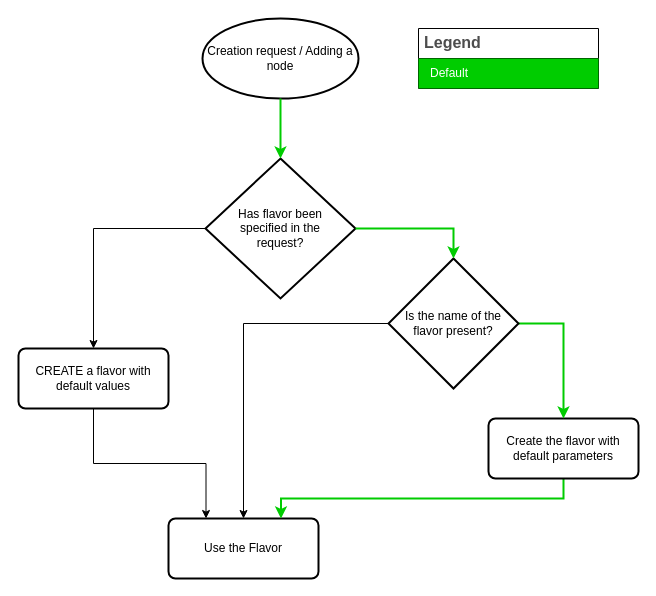
The draw.io diagram page "Flavor Management" (9 of 13) of docs/diagrams/NVFCL-diagrams.drawio in s2n-cnit/nfvcl-ng, before the edit. Source tidied: cells renumbered, new cells numbered last; positions are measured from the earlier drawing's top-left corner, leaving out a move shared by most shapes. Both pictures are drawn from the tidied source at 100%, with x=0, y=0 at pixel (18, 18).
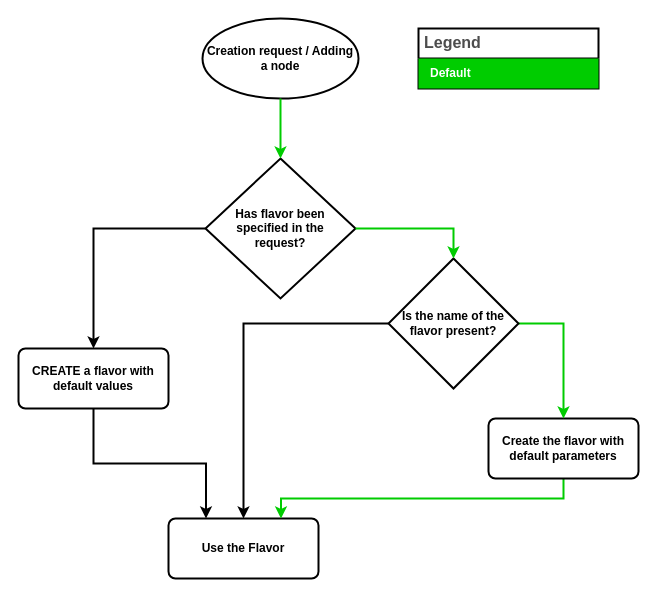
The same diagram, later.

Diff of the diagram source:
```diff
@@
 <mxGraphModel>
   <root>
     <mxCell id="0" />
     <mxCell id="1" parent="0" />
-    <mxCell id="2" style="edgeStyle=orthogonalEdgeStyle;rounded=0;jettySize=auto;html=1;exitX=0.5;exitY=1;exitDx=0;exitDy=0;entryX=0.25;entryY=0;entryDx=0;entryDy=0;" parent="1" edge="1" source="3" target="8">
+    <mxCell id="2" style="edgeStyle=orthogonalEdgeStyle;rounded=0;jettySize=auto;html=1;exitX=0.5;exitY=1;exitDx=0;exitDy=0;entryX=0.25;entryY=0;entryDx=0;entryDy=0;fontStyle=1;strokeWidth=2;" parent="1" edge="1" source="3" target="8">
       <mxGeometry relative="1" as="geometry" />
     </mxCell>
-    <mxCell id="3" value="CREATE a flavor with default values" style="rounded=1;whiteSpace=wrap;html=1;absoluteArcSize=1;arcSize=14;strokeWidth=2;" parent="1" vertex="1">
+    <mxCell id="3" value="CREATE a flavor with default values" style="rounded=1;whiteSpace=wrap;html=1;absoluteArcSize=1;arcSize=14;strokeWidth=2;fontStyle=1;" parent="1" vertex="1">
       <mxGeometry y="330" width="150" height="60" as="geometry" />
     </mxCell>
-    <mxCell id="4" value="Creation request / Adding a node" style="strokeWidth=2;html=1;shape=mxgraph.flowchart.start_1;whiteSpace=wrap;" parent="1" vertex="1">
+    <mxCell id="4" value="Creation request / Adding a node" style="strokeWidth=2;html=1;shape=mxgraph.flowchart.start_1;whiteSpace=wrap;fontStyle=1;" parent="1" vertex="1">
       <mxGeometry x="184" width="156" height="80" as="geometry" />
     </mxCell>
-    <mxCell id="5" style="edgeStyle=orthogonalEdgeStyle;rounded=0;jettySize=auto;html=1;exitX=0;exitY=0.5;exitDx=0;exitDy=0;exitPerimeter=0;entryX=0.5;entryY=0;entryDx=0;entryDy=0;" parent="1" edge="1" source="6" target="3">
+    <mxCell id="5" style="edgeStyle=orthogonalEdgeStyle;rounded=0;jettySize=auto;html=1;exitX=0;exitY=0.5;exitDx=0;exitDy=0;exitPerimeter=0;entryX=0.5;entryY=0;entryDx=0;entryDy=0;fontStyle=1;strokeWidth=2;" parent="1" edge="1" source="6" target="3">
       <mxGeometry relative="1" as="geometry" />
     </mxCell>
-    <mxCell id="6" value="Has flavor been&lt;div&gt;&amp;nbsp;specified in the&amp;nbsp;&lt;/div&gt;&lt;div&gt;request?&lt;/div&gt;" style="strokeWidth=2;html=1;shape=mxgraph.flowchart.decision;whiteSpace=wrap;" parent="1" vertex="1">
+    <mxCell id="6" value="Has flavor been&lt;div&gt;&amp;nbsp;specified in the&amp;nbsp;&lt;/div&gt;&lt;div&gt;request?&lt;/div&gt;" style="strokeWidth=2;html=1;shape=mxgraph.flowchart.decision;whiteSpace=wrap;fontStyle=1;" parent="1" vertex="1">
       <mxGeometry x="187" y="140" width="150" height="140" as="geometry" />
     </mxCell>
-    <mxCell id="7" style="edgeStyle=orthogonalEdgeStyle;rounded=0;jettySize=auto;html=1;exitX=0.5;exitY=1;exitDx=0;exitDy=0;exitPerimeter=0;entryX=0.5;entryY=0;entryDx=0;entryDy=0;entryPerimeter=0;strokeColor=#00CC00;strokeWidth=2;" parent="1" edge="1" source="4" target="6">
+    <mxCell id="7" style="edgeStyle=orthogonalEdgeStyle;rounded=0;jettySize=auto;html=1;exitX=0.5;exitY=1;exitDx=0;exitDy=0;exitPerimeter=0;entryX=0.5;entryY=0;entryDx=0;entryDy=0;entryPerimeter=0;strokeColor=#00CC00;strokeWidth=2;fontStyle=1;" parent="1" edge="1" source="4" target="6">
       <mxGeometry relative="1" as="geometry" />
     </mxCell>
-    <mxCell id="8" value="Use the Flavor" style="rounded=1;whiteSpace=wrap;html=1;absoluteArcSize=1;arcSize=14;strokeWidth=2;" parent="1" vertex="1">
+    <mxCell id="8" value="Use the Flavor" style="rounded=1;whiteSpace=wrap;html=1;absoluteArcSize=1;arcSize=14;strokeWidth=2;fontStyle=1;" parent="1" vertex="1">
       <mxGeometry x="150" y="500" width="150" height="60" as="geometry" />
     </mxCell>
-    <mxCell id="9" style="edgeStyle=orthogonalEdgeStyle;rounded=0;jettySize=auto;html=1;exitX=0.5;exitY=1;exitDx=0;exitDy=0;entryX=0.75;entryY=0;entryDx=0;entryDy=0;strokeColor=#00CC00;strokeWidth=2;" parent="1" edge="1" source="10" target="8">
+    <mxCell id="9" style="edgeStyle=orthogonalEdgeStyle;rounded=0;jettySize=auto;html=1;exitX=0.5;exitY=1;exitDx=0;exitDy=0;entryX=0.75;entryY=0;entryDx=0;entryDy=0;strokeColor=#00CC00;strokeWidth=2;fontStyle=1;" parent="1" edge="1" source="10" target="8">
       <mxGeometry relative="1" as="geometry" />
     </mxCell>
-    <mxCell id="10" value="Create the flavor with default parameters" style="rounded=1;whiteSpace=wrap;html=1;absoluteArcSize=1;arcSize=14;strokeWidth=2;" parent="1" vertex="1">
+    <mxCell id="10" value="Create the flavor with default parameters" style="rounded=1;whiteSpace=wrap;html=1;absoluteArcSize=1;arcSize=14;strokeWidth=2;fontStyle=1;" parent="1" vertex="1">
       <mxGeometry x="470" y="400" width="150" height="60" as="geometry" />
     </mxCell>
-    <mxCell id="11" style="edgeStyle=orthogonalEdgeStyle;rounded=0;jettySize=auto;html=1;exitX=0;exitY=0.5;exitDx=0;exitDy=0;exitPerimeter=0;entryX=0.5;entryY=0;entryDx=0;entryDy=0;" parent="1" edge="1" source="13" target="8">
+    <mxCell id="11" style="edgeStyle=orthogonalEdgeStyle;rounded=0;jettySize=auto;html=1;exitX=0;exitY=0.5;exitDx=0;exitDy=0;exitPerimeter=0;entryX=0.5;entryY=0;entryDx=0;entryDy=0;fontStyle=1;strokeWidth=2;" parent="1" edge="1" source="13" target="8">
       <mxGeometry relative="1" as="geometry" />
     </mxCell>
-    <mxCell id="12" style="edgeStyle=orthogonalEdgeStyle;rounded=0;jettySize=auto;html=1;exitX=1;exitY=0.5;exitDx=0;exitDy=0;exitPerimeter=0;entryX=0.5;entryY=0;entryDx=0;entryDy=0;strokeColor=#00CC00;strokeWidth=2;" parent="1" edge="1" source="13" target="10">
+    <mxCell id="12" style="edgeStyle=orthogonalEdgeStyle;rounded=0;jettySize=auto;html=1;exitX=1;exitY=0.5;exitDx=0;exitDy=0;exitPerimeter=0;entryX=0.5;entryY=0;entryDx=0;entryDy=0;strokeColor=#00CC00;strokeWidth=2;fontStyle=1;" parent="1" edge="1" source="13" target="10">
       <mxGeometry relative="1" as="geometry" />
     </mxCell>
-    <mxCell id="13" value="Is the name of the flavor present?" style="strokeWidth=2;html=1;shape=mxgraph.flowchart.decision;whiteSpace=wrap;" parent="1" vertex="1">
+    <mxCell id="13" value="Is the name of the flavor present?" style="strokeWidth=2;html=1;shape=mxgraph.flowchart.decision;whiteSpace=wrap;fontStyle=1;" parent="1" vertex="1">
       <mxGeometry x="370" y="240" width="130" height="130" as="geometry" />
     </mxCell>
-    <mxCell id="14" style="edgeStyle=orthogonalEdgeStyle;rounded=0;jettySize=auto;html=1;exitX=1;exitY=0.5;exitDx=0;exitDy=0;exitPerimeter=0;entryX=0.5;entryY=0;entryDx=0;entryDy=0;entryPerimeter=0;strokeColor=#00CC00;strokeWidth=2;" parent="1" edge="1" source="6" target="13">
+    <mxCell id="14" style="edgeStyle=orthogonalEdgeStyle;rounded=0;jettySize=auto;html=1;exitX=1;exitY=0.5;exitDx=0;exitDy=0;exitPerimeter=0;entryX=0.5;entryY=0;entryDx=0;entryDy=0;entryPerimeter=0;strokeColor=#00CC00;strokeWidth=2;fontStyle=1;" parent="1" edge="1" source="6" target="13">
       <mxGeometry relative="1" as="geometry" />
     </mxCell>
-    <mxCell id="15" value="Legend" style="shape=table;startSize=30;childLayout=tableLayout;fontSize=16;align=left;verticalAlign=top;fillColor=none;strokeColor=default;fontColor=#4D4D4D;fontStyle=1;spacingLeft=6;spacing=0;" parent="1" vertex="1">
+    <mxCell id="15" value="Legend" style="shape=table;startSize=30;childLayout=tableLayout;fontSize=16;align=left;verticalAlign=top;fillColor=none;strokeColor=default;fontColor=#4D4D4D;fontStyle=1;spacingLeft=6;spacing=0;strokeWidth=2;" parent="1" vertex="1">
       <mxGeometry x="400" y="10" width="180" height="60" as="geometry" />
     </mxCell>
-    <mxCell id="16" style="shape=tableRow;horizontal=0;startSize=0;swimlaneHead=0;swimlaneBody=0;strokeColor=inherit;top=0;left=0;bottom=0;right=0;fillColor=none;fontSize=12;" parent="15" vertex="1">
+    <mxCell id="16" style="shape=tableRow;horizontal=0;startSize=0;swimlaneHead=0;swimlaneBody=0;strokeColor=inherit;top=0;left=0;bottom=0;right=0;fillColor=none;fontSize=12;fontStyle=1;strokeWidth=2;" parent="15" vertex="1">
       <mxGeometry y="30" width="180" height="30" as="geometry" />
     </mxCell>
-    <mxCell id="17" value="Default" style="shape=partialRectangle;html=1;whiteSpace=wrap;strokeColor=inherit;overflow=hidden;fillColor=#00CC00;top=0;left=0;bottom=0;right=0;fontSize=12;align=left;fontColor=#FFFFFF;gradientColor=none;spacingLeft=10;spacingRight=4;" parent="16" vertex="1">
+    <mxCell id="17" value="Default" style="shape=partialRectangle;html=1;whiteSpace=wrap;strokeColor=inherit;overflow=hidden;fillColor=#00CC00;top=0;left=0;bottom=0;right=0;fontSize=12;align=left;fontColor=#FFFFFF;gradientColor=none;spacingLeft=10;spacingRight=4;fontStyle=1;strokeWidth=2;" parent="16" vertex="1">
       <mxGeometry width="180" height="30" as="geometry" />
     </mxCell>
   </root>
 </mxGraphModel>
```
